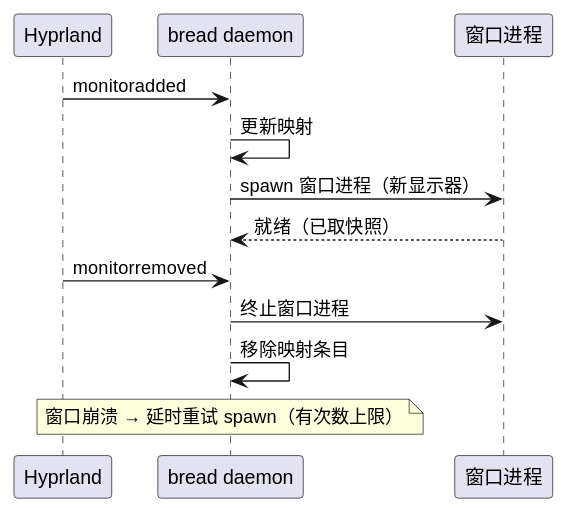
54m43lJ/BreadKnife keeps this PlantUML diagram as diagram/breadknife-monitor-hotplug.svg. Above is the earlier version.
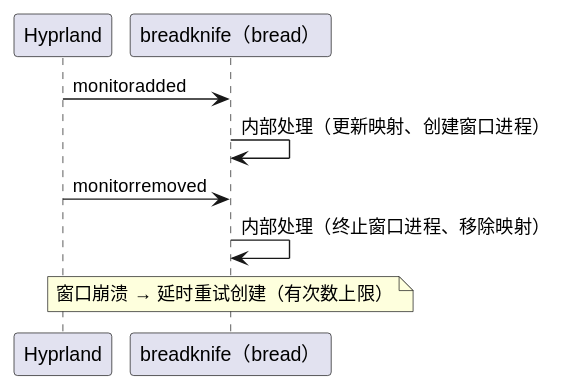
The same diagram one commit later.

Change to the diagram source:
```diff
@@ -1,14 +1,10 @@
 @startuml
 participant Hyprland
-participant "bread daemon" as daemon
-participant "窗口进程" as win
+participant "breadknife（bread）" as bread
 
-Hyprland -> daemon: monitoradded
-daemon -> daemon: 更新映射
-daemon -> win: spawn 窗口进程（新显示器）
-win --> daemon: 就绪（已取快照）
-Hyprland -> daemon: monitorremoved
-daemon -> win: 终止窗口进程
-daemon -> daemon: 移除映射条目
-note over daemon: 窗口崩溃 → 延时重试 spawn（有次数上限）
+Hyprland -> bread: monitoradded
+bread -> bread: 内部处理（更新映射、创建窗口进程）
+Hyprland -> bread: monitorremoved
+bread -> bread: 内部处理（终止窗口进程、移除映射）
+note over bread: 窗口崩溃 → 延时重试创建（有次数上限）
 @enduml
```
